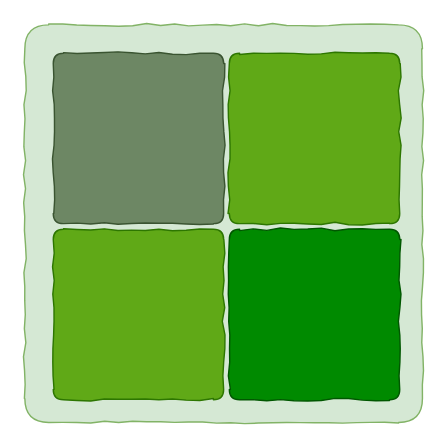
steffens/first keeps this draw.io diagram as lissabon.drawio. Above is the earlier version. Source tidied: cells renumbered, new cells numbered last; positions are measured from the earlier drawing's top-left corner, leaving out a move shared by most shapes. Both pictures are drawn from the tidied source at 142%, with x=0, y=0 at pixel (24, 24).
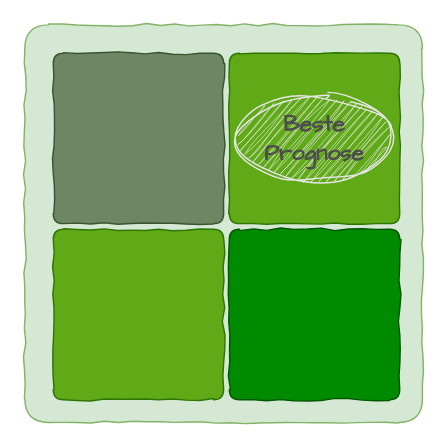
The same diagram, later.

Change to the diagram source:
```diff
@@
 <mxGraphModel>
   <root>
     <mxCell id="0" />
     <mxCell id="1" parent="0" />
     <mxCell id="2" style="rounded=1;whiteSpace=wrap;html=1;arcSize=6;glass=0;comic=1;fillColor=#d5e8d4;strokeColor=#82b366;" parent="1" vertex="1">
       <mxGeometry width="280" height="280" as="geometry" />
     </mxCell>
     <mxCell id="3" style="rounded=1;whiteSpace=wrap;html=1;arcSize=6;glass=0;comic=1;fillColor=#6d8764;strokeColor=#3A5431;fontColor=#ffffff;" parent="1" vertex="1">
       <mxGeometry x="20" y="20" width="120" height="120" as="geometry" />
     </mxCell>
-    <mxCell id="4" style="rounded=1;whiteSpace=wrap;html=1;arcSize=6;glass=0;comic=1;fillColor=#60a917;strokeColor=#2D7600;fontColor=#ffffff;" parent="1" vertex="1">
+    <mxCell id="4" style="rounded=1;whiteSpace=wrap;html=1;arcSize=6;glass=0;comic=1;fillColor=#60a917;strokeColor=#2D7600;fontColor=#ffffff;jiggle=1;enumerate=0;" parent="1" vertex="1">
       <mxGeometry x="144" y="20" width="120" height="120" as="geometry" />
     </mxCell>
     <mxCell id="5" style="rounded=1;whiteSpace=wrap;html=1;arcSize=6;glass=0;comic=1;fillColor=#60a917;strokeColor=#2D7600;fontColor=#ffffff;" parent="1" vertex="1">
       <mxGeometry x="20" y="144" width="120" height="120" as="geometry" />
     </mxCell>
     <mxCell id="6" style="rounded=1;whiteSpace=wrap;html=1;arcSize=6;glass=0;comic=1;fillColor=#008a00;strokeColor=#005700;fontColor=#ffffff;" parent="1" vertex="1">
       <mxGeometry x="144" y="144" width="120" height="120" as="geometry" />
     </mxCell>
+    <mxCell id="7" value="&lt;font color=&quot;#4d4d4d&quot;&gt;&lt;b style=&quot;font-size: 16px;&quot;&gt;&lt;font style=&quot;font-size: 16px;&quot; face=&quot;Comic Sans MS&quot;&gt;&lt;font style=&quot;font-size: 16px;&quot;&gt;Beste&lt;br&gt;Prognose&lt;/font&gt;&lt;br&gt;&lt;/font&gt;&lt;/b&gt;&lt;/font&gt;" style="ellipse;whiteSpace=wrap;html=1;fillColor=#E6E6E6;comic=0;enumerate=0;sketch=1;curveFitting=1;jiggle=2;strokeColor=#E6E6E6;" parent="1" vertex="1">
+      <mxGeometry x="149" y="50" width="110" height="60" as="geometry" />
+    </mxCell>
   </root>
 </mxGraphModel>
```
